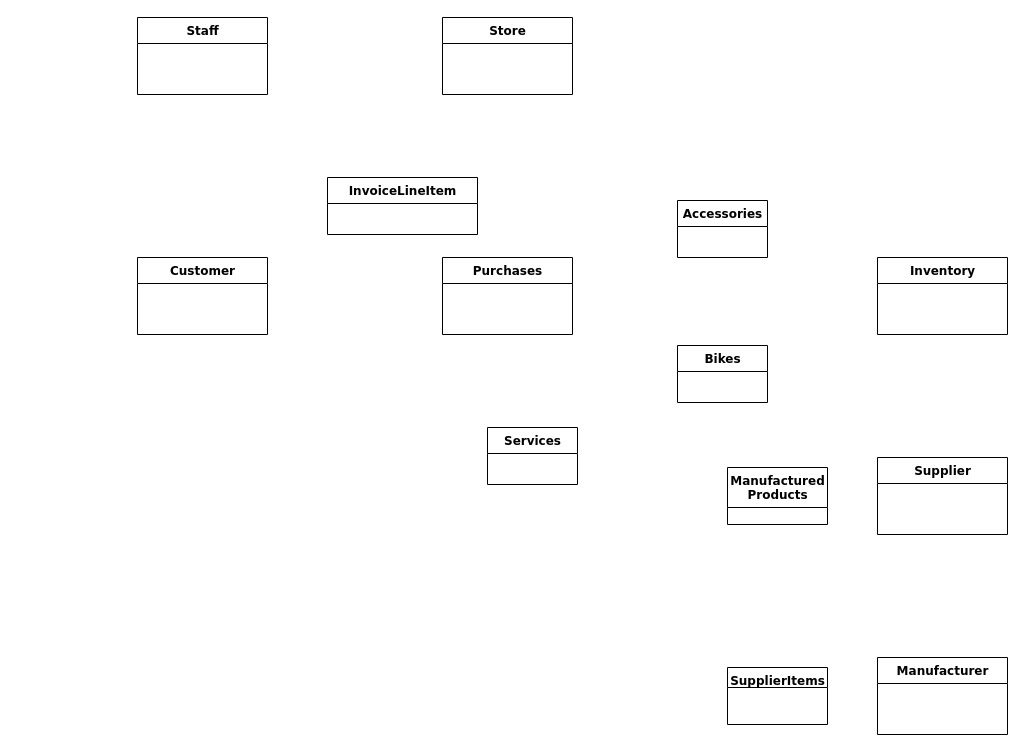
This is Untitled Diagram.drawio from brianferrell787/ERdiagram, a draw.io file, before an edit. Source tidied: cells renumbered, new cells numbered last; positions are measured from the earlier drawing's top-left corner, leaving out a move shared by most shapes. Both pictures are drawn from the tidied source at 100%, with x=0, y=0 at pixel (137, 17).
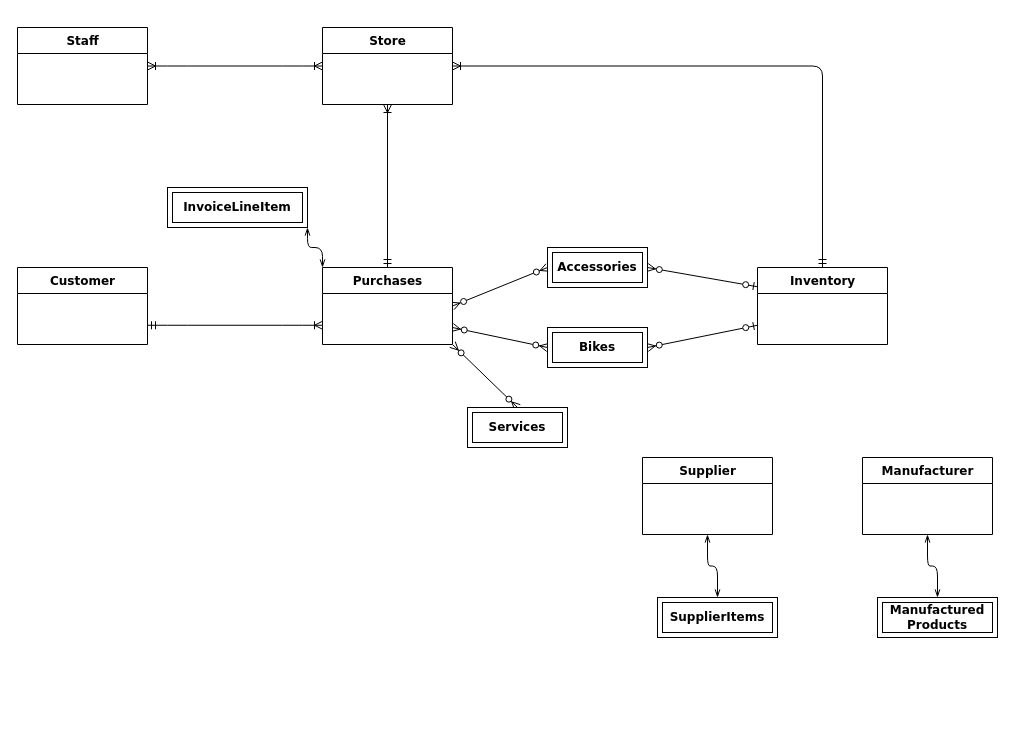
After the change.

Change to the diagram source:
```diff
@@
+    <mxCell id="15" style="edgeStyle=entityRelationEdgeStyle;fontSize=12;html=1;endArrow=ERoneToMany;startArrow=ERmandOne;exitX=1;exitY=0.75;exitDx=0;exitDy=0;entryX=0;entryY=0.75;entryDx=0;entryDy=0;" parent="1" edge="1" source="10" target="4">
+      <mxGeometry relative="1" as="geometry" />
+    </mxCell>
+    <mxCell id="16" style="edgeStyle=entityRelationEdgeStyle;fontSize=12;html=1;endArrow=ERoneToMany;startArrow=ERoneToMany;exitX=1;exitY=0.5;exitDx=0;exitDy=0;entryX=0;entryY=0.5;entryDx=0;entryDy=0;" parent="1" edge="1" source="3" target="2">
+      <mxGeometry relative="1" as="geometry" />
+    </mxCell>
+    <mxCell id="17" style="fontSize=12;html=1;endArrow=ERoneToMany;startArrow=ERmandOne;exitX=0.5;exitY=0;exitDx=0;exitDy=0;entryX=0.5;entryY=1;entryDx=0;entryDy=0;" parent="1" edge="1" source="4" target="2">
+      <mxGeometry relative="1" as="geometry" />
+    </mxCell>
+    <mxCell id="18" style="edgeStyle=orthogonalEdgeStyle;fontSize=12;html=1;endArrow=ERoneToMany;startArrow=ERmandOne;jumpStyle=none;sketch=0;shadow=0;entryX=1;entryY=0.5;entryDx=0;entryDy=0;exitX=0.5;exitY=0;exitDx=0;exitDy=0;" parent="1" edge="1" source="5" target="2">
+      <mxGeometry relative="1" as="geometry">
+        <Array as="points">
+          <mxPoint x="685" y="48" />
+        </Array>
+      </mxGeometry>
+    </mxCell>
+    <mxCell id="19" style="fontSize=12;html=1;endArrow=ERzeroToMany;startArrow=ERzeroToOne;exitX=0;exitY=0.25;exitDx=0;exitDy=0;endFill=1;startFill=1;entryX=1;entryY=0.5;entryDx=0;entryDy=0;" parent="1" edge="1" source="5" target="9">
+      <mxGeometry relative="1" as="geometry" />
+    </mxCell>
+    <mxCell id="20" style="fontSize=12;html=1;endArrow=ERzeroToMany;startArrow=ERzeroToOne;endFill=1;startFill=1;entryX=1;entryY=0.5;entryDx=0;entryDy=0;exitX=0;exitY=0.75;exitDx=0;exitDy=0;" parent="1" edge="1" source="5" target="8">
+      <mxGeometry relative="1" as="geometry" />
+    </mxCell>
+    <mxCell id="21" style="fontSize=12;html=1;endArrow=ERzeroToMany;startArrow=ERzeroToMany;exitX=0;exitY=0.5;exitDx=0;exitDy=0;endFill=1;startFill=1;" parent="1" edge="1" source="8">
+      <mxGeometry relative="1" as="geometry">
+        <mxPoint x="315" y="310" as="targetPoint" />
+      </mxGeometry>
+    </mxCell>
+    <mxCell id="22" style="fontSize=12;html=1;endArrow=ERzeroToMany;startArrow=ERzeroToMany;exitX=0.5;exitY=0;exitDx=0;exitDy=0;endFill=1;startFill=1;entryX=1;entryY=1;entryDx=0;entryDy=0;" parent="1" edge="1" source="11" target="4">
+      <mxGeometry relative="1" as="geometry" />
+    </mxCell>
+    <mxCell id="23" style="fontSize=12;html=1;endArrow=ERzeroToMany;startArrow=ERzeroToMany;endFill=1;startFill=1;exitX=0;exitY=0.5;exitDx=0;exitDy=0;entryX=1;entryY=0.5;entryDx=0;entryDy=0;" parent="1" edge="1" source="9" target="4">
+      <mxGeometry relative="1" as="geometry" />
+    </mxCell>
     <mxCell id="2" value="Store" style="swimlane;html=1;fontStyle=1;align=center;verticalAlign=top;horizontal=1;startSize=26;swimlaneFillColor=#ffffff;rounded=0;shadow=0;comic=0;labelBackgroundColor=none;strokeWidth=1;fillColor=none;fontFamily=Verdana;fontSize=12;" parent="1" vertex="1">
-      <mxGeometry x="305" width="130" height="77" as="geometry" />
+      <mxGeometry x="185" y="10" width="130" height="77" as="geometry" />
     </mxCell>
     <mxCell id="3" value="Staff" style="swimlane;html=1;fontStyle=1;align=center;verticalAlign=top;horizontal=1;startSize=26;swimlaneFillColor=#ffffff;rounded=0;shadow=0;comic=0;labelBackgroundColor=none;strokeWidth=1;fillColor=none;fontFamily=Verdana;fontSize=12;" parent="1" vertex="1">
-      <mxGeometry width="130" height="77" as="geometry" />
+      <mxGeometry x="-120" y="10" width="130" height="77" as="geometry" />
     </mxCell>
+    <mxCell id="24" style="edgeStyle=orthogonalEdgeStyle;sketch=0;jumpStyle=none;jettySize=auto;html=1;exitX=0;exitY=0;exitDx=0;exitDy=0;entryX=1;entryY=1;entryDx=0;entryDy=0;shadow=0;startArrow=openThin;startFill=0;endArrow=openThin;endFill=0;" parent="1" edge="1" source="4" target="12">
+      <mxGeometry relative="1" as="geometry" />
+    </mxCell>
     <mxCell id="4" value="Purchases" style="swimlane;html=1;fontStyle=1;align=center;verticalAlign=top;horizontal=1;startSize=26;swimlaneFillColor=#ffffff;rounded=0;shadow=0;comic=0;labelBackgroundColor=none;strokeWidth=1;fillColor=none;fontFamily=Verdana;fontSize=12;" parent="1" vertex="1">
-      <mxGeometry x="305" y="240" width="130" height="77" as="geometry" />
+      <mxGeometry x="185" y="250" width="130" height="77" as="geometry" />
     </mxCell>
     <mxCell id="5" value="Inventory" style="swimlane;html=1;fontStyle=1;align=center;verticalAlign=top;horizontal=1;startSize=26;swimlaneFillColor=#ffffff;rounded=0;shadow=0;comic=0;labelBackgroundColor=none;strokeWidth=1;fillColor=none;fontFamily=Verdana;fontSize=12;" parent="1" vertex="1">
-      <mxGeometry x="740" y="240" width="130" height="77" as="geometry" />
+      <mxGeometry x="620" y="250" width="130" height="77" as="geometry" />
     </mxCell>
+    <mxCell id="10" value="Customer" style="swimlane;html=1;fontStyle=1;align=center;verticalAlign=top;horizontal=1;startSize=26;swimlaneFillColor=#ffffff;rounded=0;shadow=0;comic=0;labelBackgroundColor=none;strokeWidth=1;fillColor=none;fontFamily=Verdana;fontSize=12;" parent="1" vertex="1">
+      <mxGeometry x="-120" y="250" width="130" height="77" as="geometry" />
+    </mxCell>
     <mxCell id="6" value="Supplier" style="swimlane;html=1;fontStyle=1;align=center;verticalAlign=top;horizontal=1;startSize=26;swimlaneFillColor=#ffffff;rounded=0;shadow=0;comic=0;labelBackgroundColor=none;strokeWidth=1;fillColor=none;fontFamily=Verdana;fontSize=12;" parent="1" vertex="1">
-      <mxGeometry x="740" y="440" width="130" height="77" as="geometry" />
+      <mxGeometry x="505" y="440" width="130" height="77" as="geometry" />
     </mxCell>
     <mxCell id="7" value="Manufacturer" style="swimlane;html=1;fontStyle=1;align=center;verticalAlign=top;horizontal=1;startSize=26;swimlaneFillColor=#ffffff;rounded=0;shadow=0;comic=0;labelBackgroundColor=none;strokeWidth=1;fillColor=none;fontFamily=Verdana;fontSize=12;" parent="1" vertex="1">
-      <mxGeometry x="740" y="640" width="130" height="77" as="geometry" />
+      <mxGeometry x="725" y="440" width="130" height="77" as="geometry" />
     </mxCell>
+    <mxCell id="12" value="&lt;span style=&quot;font-family: &amp;#34;verdana&amp;#34; ; font-weight: 700&quot;&gt;InvoiceLineItem&lt;/span&gt;" style="shape=ext;margin=3;double=1;whiteSpace=wrap;html=1;align=center;" parent="1" vertex="1">
+      <mxGeometry x="30" y="170" width="140" height="40" as="geometry" />
+    </mxCell>
-    <mxCell id="8" value="Bikes" style="swimlane;html=1;fontStyle=1;align=center;verticalAlign=top;horizontal=1;startSize=26;swimlaneFillColor=#ffffff;rounded=0;shadow=0;comic=0;labelBackgroundColor=none;strokeWidth=1;fillColor=none;fontFamily=Verdana;fontSize=12;" parent="1" vertex="1">
-      <mxGeometry x="540" y="328" width="90" height="57" as="geometry" />
+    <mxCell id="8" value="&lt;span style=&quot;font-family: &amp;#34;verdana&amp;#34; ; font-weight: 700&quot;&gt;Bikes&lt;/span&gt;" style="shape=ext;margin=3;double=1;whiteSpace=wrap;html=1;align=center;" parent="1" vertex="1">
+      <mxGeometry x="410" y="310" width="100" height="40" as="geometry" />
     </mxCell>
-    <mxCell id="9" value="Accessories" style="swimlane;html=1;fontStyle=1;align=center;verticalAlign=top;horizontal=1;startSize=26;swimlaneFillColor=#ffffff;rounded=0;shadow=0;comic=0;labelBackgroundColor=none;strokeWidth=1;fillColor=none;fontFamily=Verdana;fontSize=12;" parent="1" vertex="1">
-      <mxGeometry x="540" y="183" width="90" height="57" as="geometry" />
+    <mxCell id="9" value="&lt;span style=&quot;font-family: &amp;#34;verdana&amp;#34; ; font-weight: 700&quot;&gt;Accessories&lt;/span&gt;" style="shape=ext;margin=3;double=1;whiteSpace=wrap;html=1;align=center;" parent="1" vertex="1">
+      <mxGeometry x="410" y="230" width="100" height="40" as="geometry" />
     </mxCell>
-    <mxCell id="10" value="Customer" style="swimlane;html=1;fontStyle=1;align=center;verticalAlign=top;horizontal=1;startSize=26;swimlaneFillColor=#ffffff;rounded=0;shadow=0;comic=0;labelBackgroundColor=none;strokeWidth=1;fillColor=none;fontFamily=Verdana;fontSize=12;" parent="1" vertex="1">
-      <mxGeometry y="240" width="130" height="77" as="geometry" />
-    </mxCell>
+    <mxCell id="25" style="edgeStyle=orthogonalEdgeStyle;sketch=0;jumpStyle=none;jettySize=auto;html=1;exitX=0.5;exitY=0;exitDx=0;exitDy=0;shadow=0;startArrow=openThin;startFill=0;endArrow=openThin;endFill=0;entryX=0.5;entryY=1;entryDx=0;entryDy=0;" parent="1" edge="1" source="13" target="7">
+      <mxGeometry relative="1" as="geometry" />
+    </mxCell>
+    <mxCell id="13" value="&lt;span style=&quot;font-family: &amp;#34;verdana&amp;#34; ; font-weight: 700&quot;&gt;Manufactured&lt;/span&gt;&lt;br style=&quot;font-family: &amp;#34;verdana&amp;#34; ; font-weight: 700&quot;&gt;&lt;span style=&quot;font-family: &amp;#34;verdana&amp;#34; ; font-weight: 700&quot;&gt;Products&lt;/span&gt;" style="shape=ext;margin=3;double=1;whiteSpace=wrap;html=1;align=center;" parent="1" vertex="1">
+      <mxGeometry x="740" y="580" width="120" height="40" as="geometry" />
+    </mxCell>
+    <mxCell id="26" style="edgeStyle=orthogonalEdgeStyle;sketch=0;jumpStyle=none;jettySize=auto;html=1;exitX=0.5;exitY=0;exitDx=0;exitDy=0;entryX=0.5;entryY=1;entryDx=0;entryDy=0;shadow=0;startArrow=openThin;startFill=0;endArrow=openThin;endFill=0;" parent="1" edge="1" source="14" target="6">
+      <mxGeometry relative="1" as="geometry" />
+    </mxCell>
+    <mxCell id="14" value="&lt;span style=&quot;font-family: &amp;#34;verdana&amp;#34; ; font-weight: 700&quot;&gt;SupplierItems&lt;/span&gt;" style="shape=ext;margin=3;double=1;whiteSpace=wrap;html=1;align=center;" parent="1" vertex="1">
+      <mxGeometry x="520" y="580" width="120" height="40" as="geometry" />
+    </mxCell>
-    <mxCell id="11" value="Services" style="swimlane;html=1;fontStyle=1;align=center;verticalAlign=top;horizontal=1;startSize=26;swimlaneFillColor=#ffffff;rounded=0;shadow=0;comic=0;labelBackgroundColor=none;strokeWidth=1;fillColor=none;fontFamily=Verdana;fontSize=12;" parent="1" vertex="1">
-      <mxGeometry x="350" y="410" width="90" height="57" as="geometry" />
+    <mxCell id="11" value="&lt;span style=&quot;font-family: &amp;#34;verdana&amp;#34; ; font-weight: 700&quot;&gt;Services&lt;/span&gt;" style="shape=ext;margin=3;double=1;whiteSpace=wrap;html=1;align=center;" parent="1" vertex="1">
+      <mxGeometry x="330" y="390" width="100" height="40" as="geometry" />
     </mxCell>
-    <mxCell id="12" value="InvoiceLineItem" style="swimlane;html=1;fontStyle=1;align=center;verticalAlign=top;horizontal=1;startSize=26;swimlaneFillColor=#ffffff;rounded=0;shadow=0;comic=0;labelBackgroundColor=none;strokeWidth=1;fillColor=none;fontFamily=Verdana;fontSize=12;" parent="1" vertex="1">
-      <mxGeometry x="190" y="160" width="150" height="57" as="geometry" />
-    </mxCell>
-    <mxCell id="13" value="Manufactured&lt;br&gt;Products" style="swimlane;html=1;fontStyle=1;align=center;verticalAlign=top;horizontal=1;startSize=40;swimlaneFillColor=#ffffff;rounded=0;shadow=0;comic=0;labelBackgroundColor=none;strokeWidth=1;fillColor=none;fontFamily=Verdana;fontSize=12;" parent="1" vertex="1">
-      <mxGeometry x="590" y="450" width="100" height="57" as="geometry" />
-    </mxCell>
-    <mxCell id="14" value="SupplierItems" style="swimlane;html=1;fontStyle=1;align=center;verticalAlign=top;horizontal=1;startSize=20;swimlaneFillColor=#ffffff;rounded=0;shadow=0;comic=0;labelBackgroundColor=none;strokeWidth=1;fillColor=none;fontFamily=Verdana;fontSize=12;" parent="1" vertex="1">
-      <mxGeometry x="590" y="650" width="100" height="57" as="geometry" />
-    </mxCell>
```
